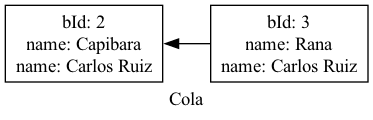
marcosbondel/IPC2_ProyectoVD2024_202202410 keeps this Graphviz diagram as Proyecto1/reports/queue.png. Above is the earlier version. Its source is kept beside it as Proyecto1/dot_reports/queue.dot.
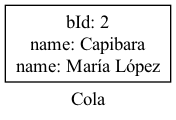
After the change.

What changed in the source:
```diff
@@ -2,7 +2,5 @@
             rankdir="RL";
             label="Cola";
             node[shape=box];
-        nodo0[label="bId: 3\nname: Rana\nname: Carlos Ruiz\n"];
-nodo1[label="bId: 2\nname: Capibara\nname: Carlos Ruiz\n"];
-nodo0 -> nodo1;
+        nodo0[label="bId: 2\nname: Capibara\nname: María López\n"];
 }
```
